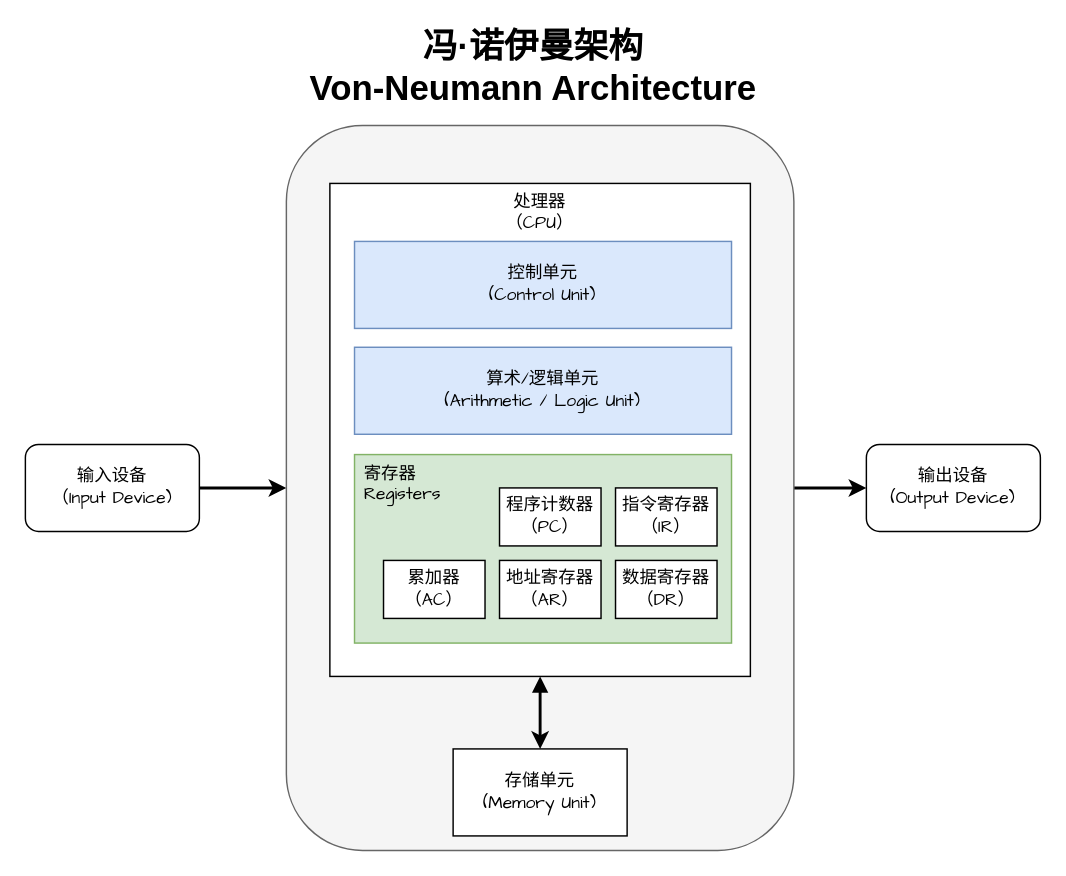
Before: page "Von-Arch-CPU" (2 of 4) of projects/架构.drawio in warren-wupeng/my-notes, a draw.io diagram. Source tidied: cells renumbered, new cells numbered last; positions are measured from the earlier drawing's top-left corner, leaving out a move shared by most shapes. Both pictures are drawn from the tidied source at 145%, with x=0, y=0 at pixel (25, 38).
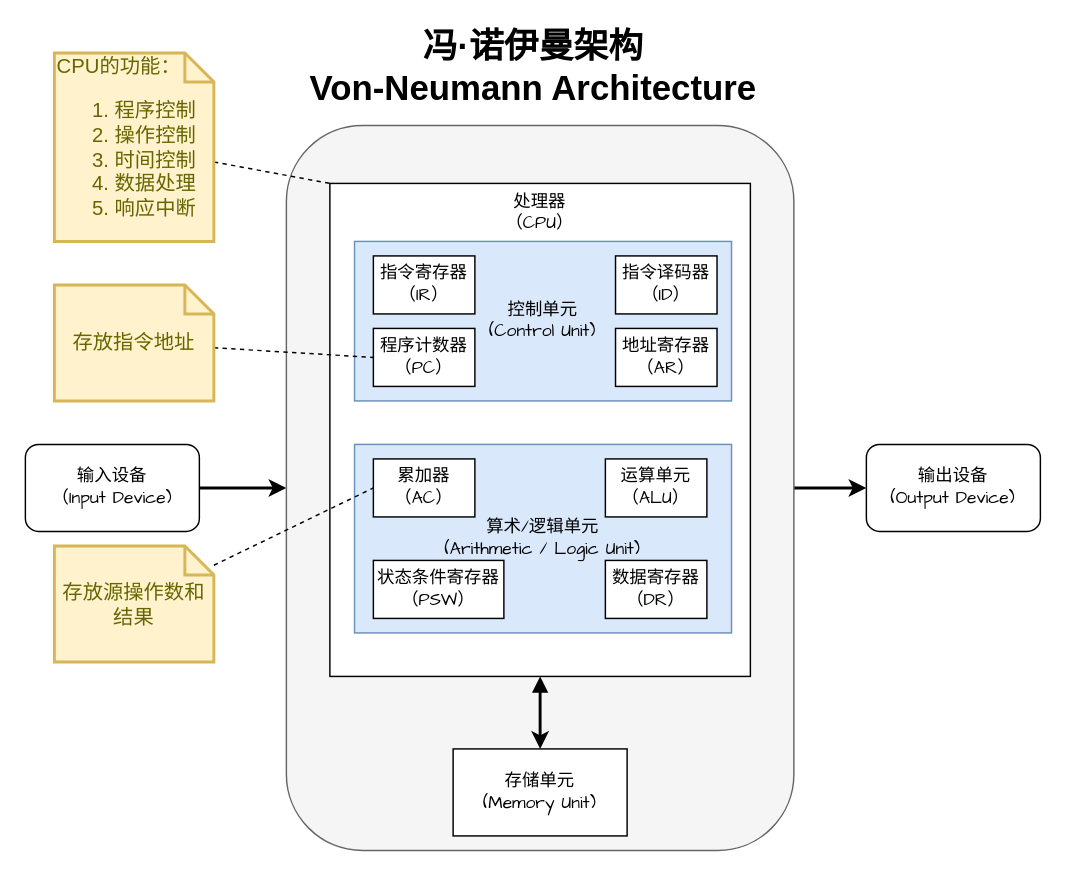
Above is the later version.

The change refers to these unchanged cells:
```xml
<mxCell id="8" value="处理器&lt;br&gt;（CPU）" style="rounded=0;whiteSpace=wrap;html=1;verticalAlign=top;fontFamily=Comic Sans MS;" parent="1" vertex="1">
  <mxGeometry x="210" y="100" width="290" height="340" as="geometry" />
</mxCell>
```

Change to the diagram source:
```diff
@@
     <mxCell id="9" value="控制单元&lt;br&gt;(Control Unit)" style="rounded=0;whiteSpace=wrap;html=1;fillColor=#dae8fc;strokeColor=#6c8ebf;fontFamily=Comic Sans MS;" parent="1" vertex="1">
-      <mxGeometry x="227" y="140" width="260" height="60" as="geometry" />
+      <mxGeometry x="227" y="140" width="260" height="110" as="geometry" />
     </mxCell>
     <mxCell id="10" value="算术/逻辑单元&lt;br&gt;(Arithmetic / Logic Unit)" style="rounded=0;whiteSpace=wrap;html=1;fillColor=#dae8fc;strokeColor=#6c8ebf;fontFamily=Comic Sans MS;" parent="1" vertex="1">
-      <mxGeometry x="227" y="213" width="260" height="60" as="geometry" />
+      <mxGeometry x="227" y="280" width="260" height="130" as="geometry" />
     </mxCell>
-    <mxCell id="11" value="&amp;nbsp;寄存器&lt;br&gt;&amp;nbsp;Registers" style="rounded=0;whiteSpace=wrap;html=1;verticalAlign=top;labelPosition=center;verticalLabelPosition=middle;align=left;fillColor=#d5e8d4;strokeColor=#82b366;fontFamily=Comic Sans MS;" parent="1" vertex="1">
-      <mxGeometry x="227" y="287" width="260" height="130" as="geometry" />
-    </mxCell>
     <mxCell id="12" value="程序计数器（PC）" style="rounded=0;whiteSpace=wrap;html=1;fontFamily=Comic Sans MS;" parent="1" vertex="1">
-      <mxGeometry x="327" y="310" width="70" height="40" as="geometry" />
+      <mxGeometry x="240" y="200" width="70" height="40" as="geometry" />
     </mxCell>
     <mxCell id="13" value="指令寄存器（IR）" style="rounded=0;whiteSpace=wrap;html=1;fontFamily=Comic Sans MS;" parent="1" vertex="1">
-      <mxGeometry x="407" y="310" width="70" height="40" as="geometry" />
+      <mxGeometry x="240" y="150" width="70" height="40" as="geometry" />
     </mxCell>
@@
     <mxCell id="15" value="累加器（AC）" style="rounded=0;whiteSpace=wrap;html=1;fontFamily=Comic Sans MS;" parent="1" vertex="1">
-      <mxGeometry x="247" y="360" width="70" height="40" as="geometry" />
+      <mxGeometry x="240" y="290" width="70" height="40" as="geometry" />
     </mxCell>
     <mxCell id="16" value="地址寄存器（AR）" style="rounded=0;whiteSpace=wrap;html=1;fontFamily=Comic Sans MS;" parent="1" vertex="1">
-      <mxGeometry x="327" y="360" width="70" height="40" as="geometry" />
+      <mxGeometry x="407" y="200" width="70" height="40" as="geometry" />
     </mxCell>
     <mxCell id="17" value="数据寄存器（DR）" style="rounded=0;whiteSpace=wrap;html=1;fontFamily=Comic Sans MS;" parent="1" vertex="1">
-      <mxGeometry x="407" y="360" width="70" height="40" as="geometry" />
+      <mxGeometry x="400" y="360" width="70" height="40" as="geometry" />
     </mxCell>
@@
+    <mxCell id="19" style="rounded=0;jettySize=auto;html=1;entryX=0;entryY=0;entryDx=0;entryDy=0;endArrow=none;endFill=0;dashed=1;" parent="1" edge="1" source="20" target="8">
+      <mxGeometry relative="1" as="geometry" />
+    </mxCell>
+    <mxCell id="20" value="&lt;div style=&quot;&quot;&gt;&lt;span style=&quot;background-color: initial;&quot;&gt;CPU的功能：&lt;/span&gt;&lt;/div&gt;&lt;div style=&quot;&quot;&gt;&lt;ol&gt;&lt;li&gt;&lt;span style=&quot;background-color: initial;&quot;&gt;程序控制&lt;/span&gt;&lt;/li&gt;&lt;li&gt;&lt;span style=&quot;background-color: initial;&quot;&gt;操作控制&lt;/span&gt;&lt;/li&gt;&lt;li&gt;时间控制&lt;/li&gt;&lt;li&gt;数据处理&lt;/li&gt;&lt;li&gt;响应中断&lt;/li&gt;&lt;/ol&gt;&lt;/div&gt;" style="shape=note;strokeWidth=2;fontSize=14;size=20;whiteSpace=wrap;html=1;fillColor=#fff2cc;strokeColor=#d6b656;fontColor=#666600;align=left;" parent="1" vertex="1">
+      <mxGeometry x="20" y="10" width="110" height="130" as="geometry" />
+    </mxCell>
+    <mxCell id="21" value="指令译码器（ID）" style="rounded=0;whiteSpace=wrap;html=1;fontFamily=Comic Sans MS;" parent="1" vertex="1">
+      <mxGeometry x="407" y="150" width="70" height="40" as="geometry" />
+    </mxCell>
+    <mxCell id="22" value="运算单元（ALU）" style="rounded=0;whiteSpace=wrap;html=1;fontFamily=Comic Sans MS;" parent="1" vertex="1">
+      <mxGeometry x="400" y="290" width="70" height="40" as="geometry" />
+    </mxCell>
+    <mxCell id="23" value="状态条件寄存器（PSW）" style="rounded=0;whiteSpace=wrap;html=1;fontFamily=Comic Sans MS;" parent="1" vertex="1">
+      <mxGeometry x="240" y="360" width="90" height="40" as="geometry" />
+    </mxCell>
+    <mxCell id="24" style="rounded=0;jettySize=auto;html=1;entryX=0;entryY=0.5;entryDx=0;entryDy=0;dashed=1;endArrow=none;endFill=0;" parent="1" edge="1" source="25" target="12">
+      <mxGeometry relative="1" as="geometry" />
+    </mxCell>
+    <mxCell id="25" value="存放指令地址" style="shape=note;strokeWidth=2;fontSize=14;size=20;whiteSpace=wrap;html=1;fillColor=#fff2cc;strokeColor=#d6b656;fontColor=#666600;" parent="1" vertex="1">
+      <mxGeometry x="20" y="170" width="110" height="80" as="geometry" />
+    </mxCell>
+    <mxCell id="26" style="rounded=0;jettySize=auto;html=1;entryX=0;entryY=0.5;entryDx=0;entryDy=0;dashed=1;endArrow=none;endFill=0;" parent="1" edge="1" source="27" target="15">
+      <mxGeometry relative="1" as="geometry" />
+    </mxCell>
+    <mxCell id="27" value="存放源操作数和结果" style="shape=note;strokeWidth=2;fontSize=14;size=20;whiteSpace=wrap;html=1;fillColor=#fff2cc;strokeColor=#d6b656;fontColor=#666600;" parent="1" vertex="1">
+      <mxGeometry x="20" y="350" width="110" height="80" as="geometry" />
+    </mxCell>
```
